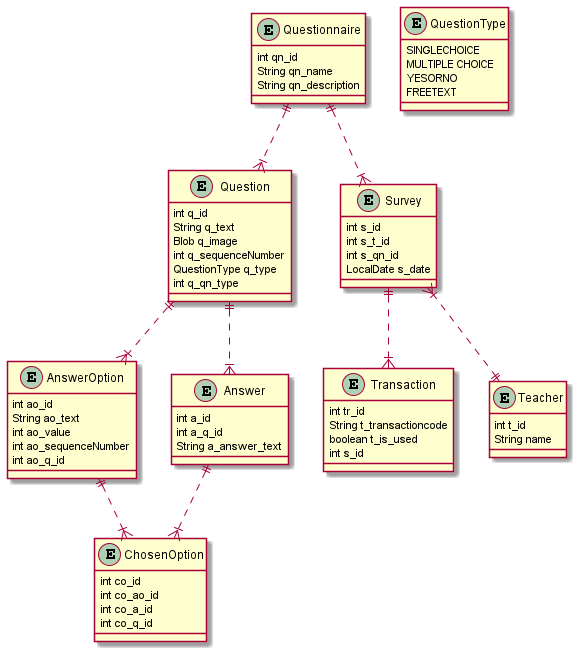
Earlier version of the PlantUML export Docs/system-specification-leosurvey/asciidocs/images/erd.png (htl-leonding-project/leo-survey).
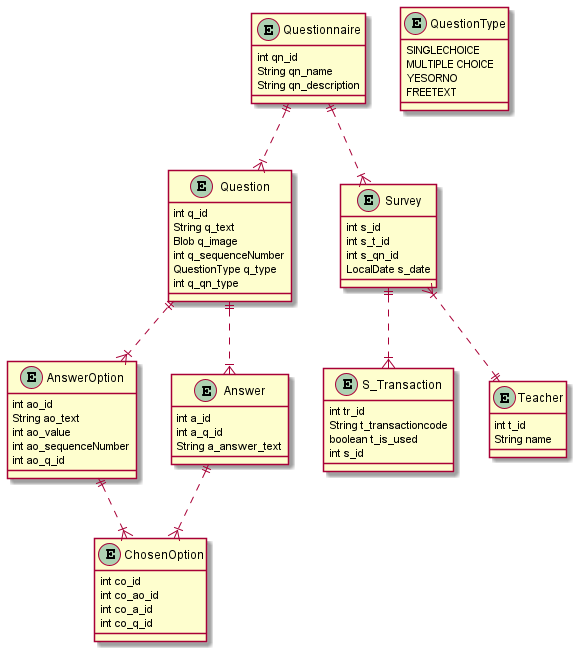
Above is the later version.

Commit message:
TF, 26.01.2021, changed erd back

Change to the diagram source:
```diff
@@ -30,7 +30,7 @@
     int a_q_id
     String a_answer_text
 }
-entity "Transaction" as 6 {
+entity "S_Transaction" as 6 {
     int tr_id
     String t_transactioncode
     boolean t_is_used
```
